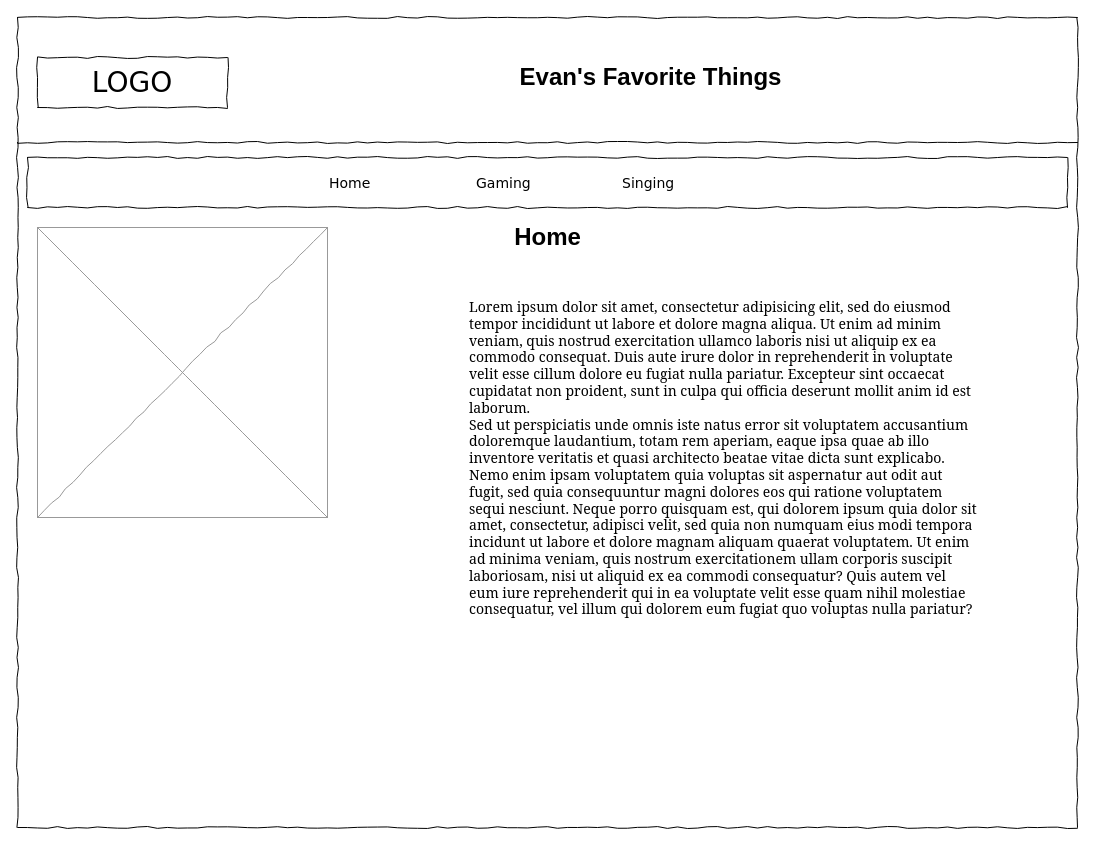
ApricotMG/web105new keeps this draw.io diagram as page "Gaming" (2 of 3) of web105/Untitled Diagram.drawio. Above is the earlier version. Source tidied: cells renumbered, new cells numbered last; positions are measured from the earlier drawing's top-left corner, leaving out a move shared by most shapes. Both pictures are drawn from the tidied source at 100%, with x=0, y=0 at pixel (17, 17).
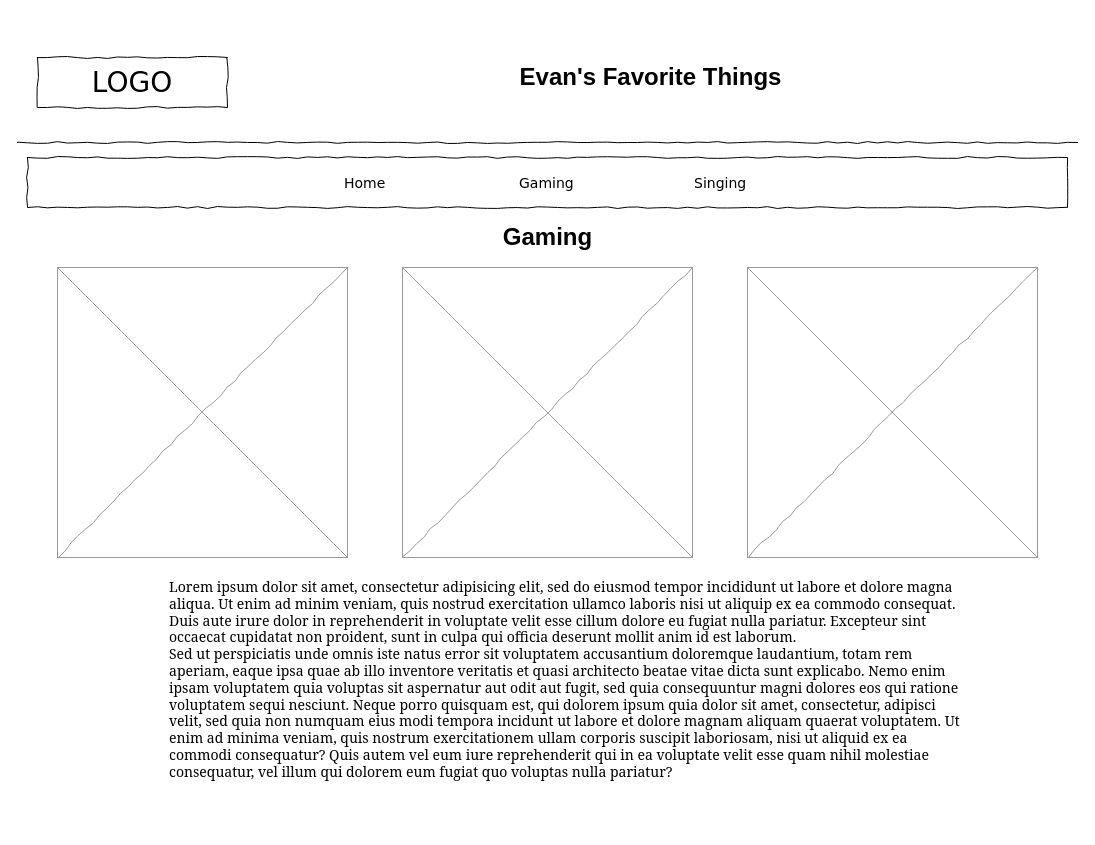
The same page after the edit.

What changed in the source:
```diff
@@
 <mxGraphModel>
   <root>
     <mxCell id="0" />
     <mxCell id="1" parent="0" />
-    <mxCell id="2" style="whiteSpace=wrap;html=1;rounded=0;shadow=0;labelBackgroundColor=none;strokeColor=#000000;strokeWidth=1;fillColor=none;fontFamily=Verdana;fontSize=12;fontColor=#000000;align=center;comic=1;" parent="1" vertex="1">
-      <mxGeometry width="1060" height="810" as="geometry" />
-    </mxCell>
     <mxCell id="3" value="LOGO" style="whiteSpace=wrap;html=1;rounded=0;shadow=0;labelBackgroundColor=none;strokeWidth=1;fontFamily=Verdana;fontSize=28;align=center;comic=1;" parent="1" vertex="1">
       <mxGeometry x="20" y="40" width="190" height="50" as="geometry" />
     </mxCell>
     <mxCell id="4" style="line;strokeWidth=1;html=1;rounded=0;shadow=0;labelBackgroundColor=none;fillColor=none;fontFamily=Verdana;fontSize=14;fontColor=#000000;align=center;comic=1;" parent="1" vertex="1">
       <mxGeometry y="120" width="1060" height="10" as="geometry" />
     </mxCell>
     <mxCell id="5" style="whiteSpace=wrap;html=1;rounded=0;shadow=0;labelBackgroundColor=none;strokeWidth=1;fillColor=none;fontFamily=Verdana;fontSize=12;align=center;comic=1;" parent="1" vertex="1">
       <mxGeometry x="10" y="140" width="1040" height="50" as="geometry" />
     </mxCell>
-    <mxCell id="6" value="Home" style="text;html=1;align=left;verticalAlign=top;spacingTop=-4;fontSize=14;fontFamily=Verdana;" parent="1" vertex="1">
-      <mxGeometry x="310" y="155" width="60" height="20" as="geometry" />
-    </mxCell>
-    <mxCell id="7" value="Gaming" style="text;html=1;align=left;verticalAlign=top;spacingTop=-4;fontSize=14;fontFamily=Verdana;" parent="1" vertex="1">
-      <mxGeometry x="457" y="155" width="60" height="20" as="geometry" />
-    </mxCell>
-    <mxCell id="8" value="Singing" style="text;html=1;align=left;verticalAlign=top;spacingTop=-4;fontSize=14;fontFamily=Verdana;" parent="1" vertex="1">
-      <mxGeometry x="603" y="155" width="60" height="20" as="geometry" />
-    </mxCell>
     <mxCell id="9" style="verticalLabelPosition=bottom;shadow=0;dashed=0;align=center;html=1;verticalAlign=top;strokeWidth=1;shape=mxgraph.mockup.graphics.simpleIcon;strokeColor=#999999;rounded=0;labelBackgroundColor=none;fontFamily=Verdana;fontSize=14;fontColor=#000000;comic=1;" parent="1" vertex="1">
-      <mxGeometry x="20" y="210" width="290" height="290" as="geometry" />
+      <mxGeometry x="40" y="250" width="290" height="290" as="geometry" />
     </mxCell>
     <mxCell id="10" value="Evan's Favorite Things" style="text;strokeColor=none;fillColor=none;html=1;fontSize=24;fontStyle=1;verticalAlign=middle;align=center;" parent="1" vertex="1">
       <mxGeometry x="583" y="40" width="100" height="40" as="geometry" />
     </mxCell>
-    <mxCell id="11" value="Home" style="text;strokeColor=none;fillColor=none;html=1;fontSize=24;fontStyle=1;verticalAlign=middle;align=center;" parent="1" vertex="1">
+    <mxCell id="11" value="Gaming" style="text;strokeColor=none;fillColor=none;html=1;fontSize=24;fontStyle=1;verticalAlign=middle;align=center;" parent="1" vertex="1">
       <mxGeometry x="480" y="200" width="100" height="40" as="geometry" />
     </mxCell>
     <mxCell id="12" value="&lt;font style=&quot;font-size: 14px;&quot; face=&quot;Georgia&quot;&gt;Lorem ipsum dolor sit amet, consectetur adipisicing elit, sed do eiusmod tempor incididunt ut labore et dolore magna aliqua. Ut enim ad minim veniam, quis nostrud exercitation ullamco laboris nisi ut aliquip ex ea commodo consequat. Duis aute irure dolor in reprehenderit in voluptate velit esse cillum dolore eu fugiat nulla pariatur. Excepteur sint occaecat cupidatat non proident, sunt in culpa qui officia deserunt mollit anim id est laborum.&lt;br&gt;Sed ut perspiciatis unde omnis iste natus error sit voluptatem accusantium doloremque laudantium, totam rem aperiam, eaque ipsa quae ab illo inventore veritatis et quasi architecto beatae vitae dicta sunt explicabo. Nemo enim ipsam voluptatem quia voluptas sit aspernatur aut odit aut fugit, sed quia consequuntur magni dolores eos qui ratione voluptatem sequi nesciunt. Neque porro quisquam est, qui dolorem ipsum quia dolor sit amet, consectetur, adipisci velit, sed quia non numquam eius modi tempora incidunt ut labore et dolore magnam aliquam quaerat voluptatem. Ut enim ad minima veniam, quis nostrum exercitationem ullam corporis suscipit laboriosam, nisi ut aliquid ex ea commodi consequatur? Quis autem vel eum iure reprehenderit qui in ea voluptate velit esse quam nihil molestiae consequatur, vel illum qui dolorem eum fugiat quo voluptas nulla pariatur?&lt;/font&gt;" style="text;spacingTop=-5;whiteSpace=wrap;html=1;align=left;fontSize=12;fontFamily=Helvetica;fillColor=none;strokeColor=none;" parent="1" vertex="1">
-      <mxGeometry x="450" y="280" width="510" height="300" as="geometry" />
+      <mxGeometry x="150" y="560" width="800" height="250" as="geometry" />
     </mxCell>
+    <mxCell id="13" style="verticalLabelPosition=bottom;shadow=0;dashed=0;align=center;html=1;verticalAlign=top;strokeWidth=1;shape=mxgraph.mockup.graphics.simpleIcon;strokeColor=#999999;rounded=0;labelBackgroundColor=none;fontFamily=Verdana;fontSize=14;fontColor=#000000;comic=1;" parent="1" vertex="1">
+      <mxGeometry x="385" y="250" width="290" height="290" as="geometry" />
+    </mxCell>
+    <mxCell id="14" style="verticalLabelPosition=bottom;shadow=0;dashed=0;align=center;html=1;verticalAlign=top;strokeWidth=1;shape=mxgraph.mockup.graphics.simpleIcon;strokeColor=#999999;rounded=0;labelBackgroundColor=none;fontFamily=Verdana;fontSize=14;fontColor=#000000;comic=1;" parent="1" vertex="1">
+      <mxGeometry x="730" y="250" width="290" height="290" as="geometry" />
+    </mxCell>
+    <mxCell id="6" value="Home" style="text;html=1;align=left;verticalAlign=top;spacingTop=-4;fontSize=14;fontFamily=Verdana;" parent="1" vertex="1">
+      <mxGeometry x="325" y="155" width="60" height="20" as="geometry" />
+    </mxCell>
+    <mxCell id="7" value="Gaming" style="text;html=1;align=left;verticalAlign=top;spacingTop=-4;fontSize=14;fontFamily=Verdana;" parent="1" vertex="1">
+      <mxGeometry x="500" y="155" width="60" height="20" as="geometry" />
+    </mxCell>
+    <mxCell id="8" value="Singing" style="text;html=1;align=left;verticalAlign=top;spacingTop=-4;fontSize=14;fontFamily=Verdana;" parent="1" vertex="1">
+      <mxGeometry x="675" y="155" width="60" height="20" as="geometry" />
+    </mxCell>
   </root>
 </mxGraphModel>
```
